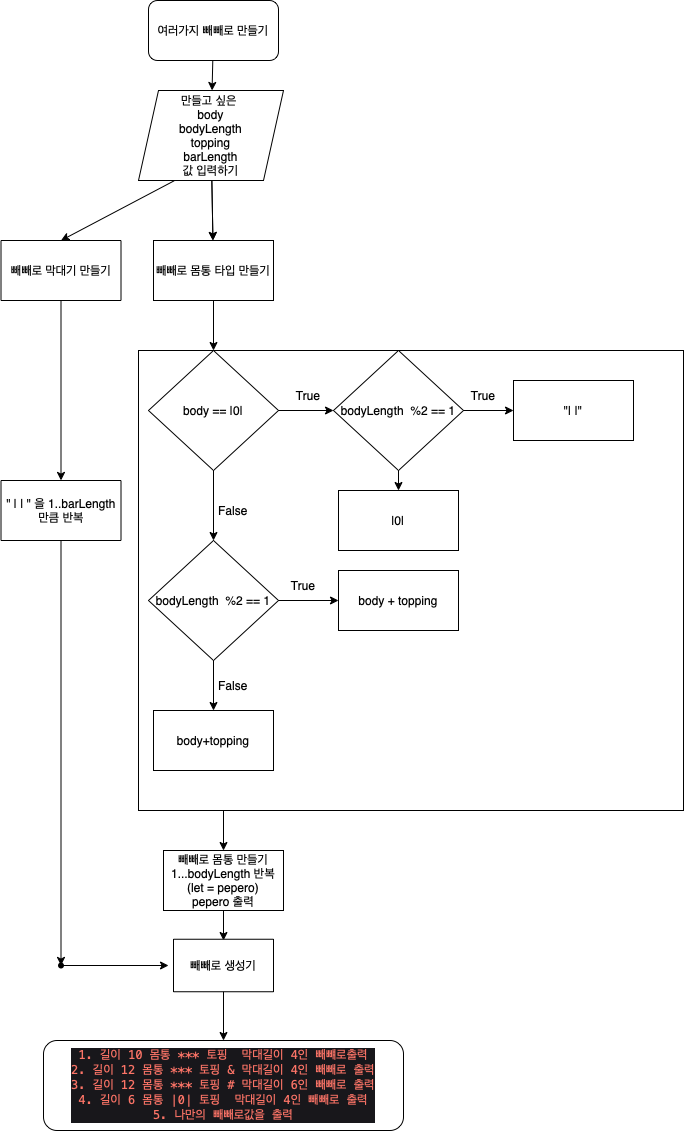
This is FlowChart_Step3.png from yagom-academy/swift-starter-Round1, a draw.io export, as it was before one commit. Source tidied: cells renumbered, new cells last; positions are measured from the earlier drawing's top-left corner, leaving out a move shared by most shapes.
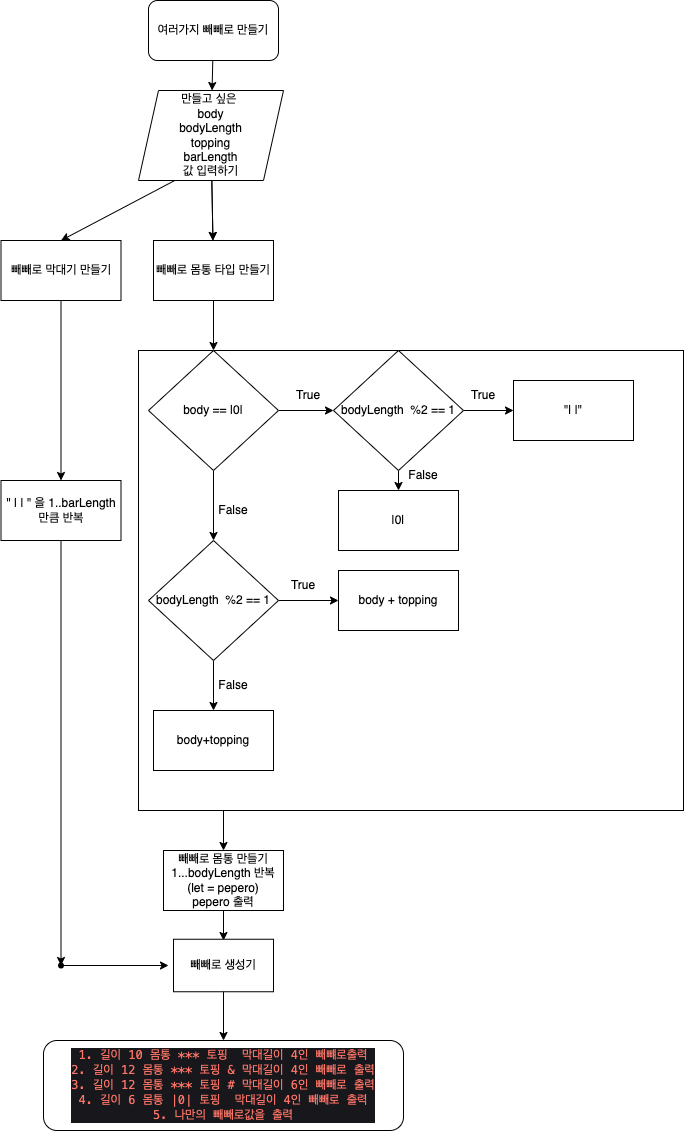
The same diagram one commit later.

Change to the diagram source:
```diff
@@ -130,5 +130,8 @@
     <mxCell id="40" value="빼빼로 생성기" style="rounded=0;whiteSpace=wrap;html=1;" parent="1" vertex="1">
       <mxGeometry x="172" y="938.8" width="100" height="52.5" as="geometry" />
     </mxCell>
+    <mxCell id="41" value="False" style="text;html=1;strokeColor=none;fillColor=none;align=center;verticalAlign=middle;whiteSpace=wrap;rounded=0;rotation=0;" parent="1" vertex="1">
+      <mxGeometry x="392" y="460" width="60" height="30" as="geometry" />
+    </mxCell>
   </root>
 </mxGraphModel>
```
